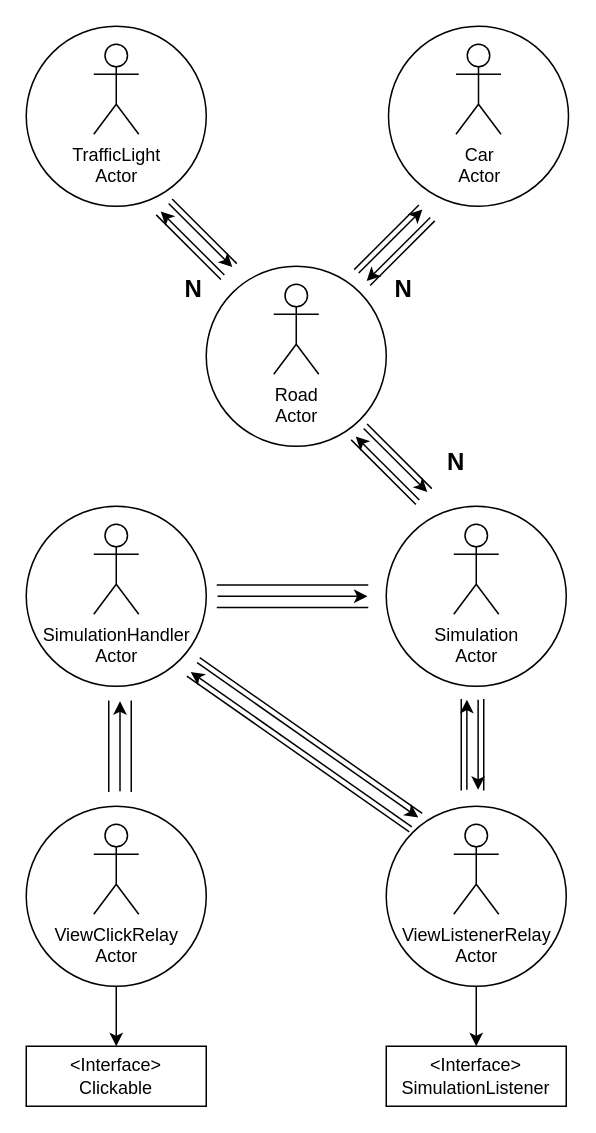
zucchero-sintattico/PCD-ASS03-23-24 keeps this draw.io diagram as page "Architecture" (1 of 8) of pt1/docs/PCD_ASS03_P1.drawio. Above is the earlier version. Source tidied: cells renumbered, new cells numbered last; positions are measured from the earlier drawing's top-left corner, leaving out a move shared by most shapes. Both pictures are drawn from the tidied source at 150%, with x=0, y=0 at pixel (26, 26).
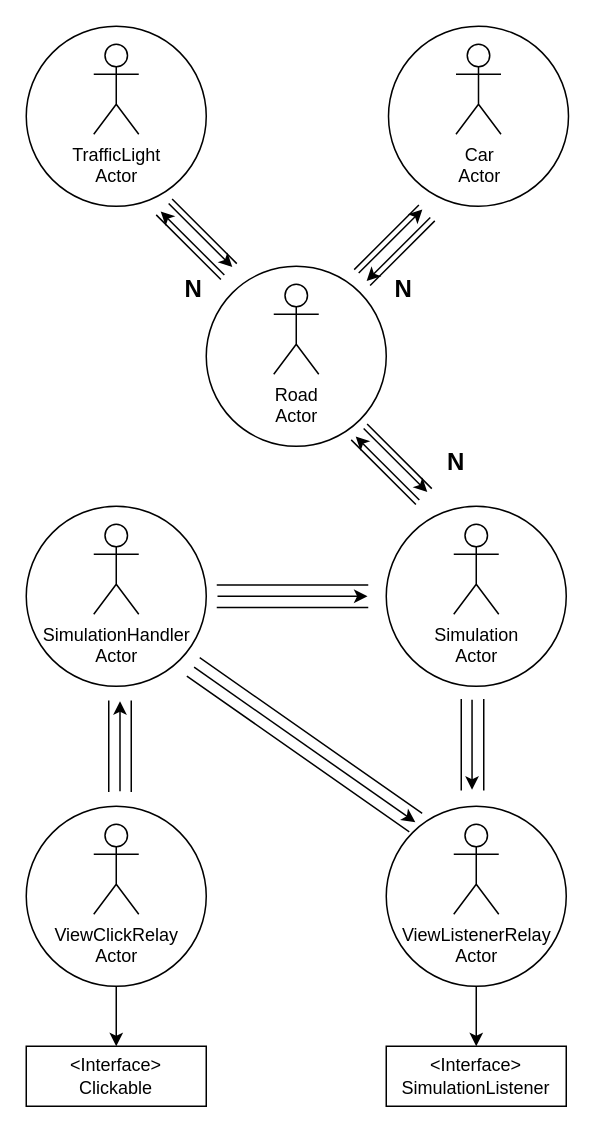
Above is the later version.

Unchanged cells that the change refers to:
```xml
<mxCell id="6" style="group;rotation=-55;" parent="1" vertex="1">
  <mxGeometry x="200" y="370" width="15" height="180" as="geometry" />
</mxCell>
<mxCell id="7" style="shape=partialRectangle;whiteSpace=wrap;html=1;top=0;bottom=0;fillColor=none;direction=east;rotation=-55;" parent="6" vertex="1">
  <mxGeometry x="-22" y="19" width="15" height="180" as="geometry" />
</mxCell>
<mxCell id="22" style="group;rotation=0;" parent="1" vertex="1">
  <mxGeometry x="294" y="450" width="15" height="60" as="geometry" />
</mxCell>
<mxCell id="23" style="shape=partialRectangle;whiteSpace=wrap;html=1;top=0;bottom=0;fillColor=none;direction=east;rotation=0;" parent="22" vertex="1">
  <mxGeometry x="-4" y="-1" width="15" height="60" as="geometry" />
</mxCell>
```

Diff of the diagram source:
```diff
@@
-    <mxCell id="8" style="endArrow=classic;html=1;rounded=0;entryX=0.25;entryY=0;entryDx=0;entryDy=0;exitX=0.25;exitY=1;exitDx=0;exitDy=0;" parent="6" edge="1" source="7" target="7">
-      <mxGeometry relative="1" as="geometry" />
-    </mxCell>
-    <mxCell id="9" style="endArrow=classic;html=1;rounded=0;entryX=0.75;entryY=1;entryDx=0;entryDy=0;exitX=0.75;exitY=0;exitDx=0;exitDy=0;" parent="6" edge="1" source="7" target="7">
-      <mxGeometry relative="1" as="geometry" />
+    <mxCell id="9" style="endArrow=classic;html=1;rounded=0;entryX=0.75;entryY=1;entryDx=0;entryDy=0;exitX=0.75;exitY=0;exitDx=0;exitDy=0;" parent="6" edge="1">
+      <mxGeometry relative="1" as="geometry">
+        <mxPoint x="-88.1" y="57.3" as="sourcePoint" />
+        <mxPoint x="59.4" y="160.6" as="targetPoint" />
+      </mxGeometry>
     </mxCell>
@@
-    <mxCell id="24" style="endArrow=classic;html=1;rounded=0;entryX=0.25;entryY=0;entryDx=0;entryDy=0;exitX=0.25;exitY=1;exitDx=0;exitDy=0;" parent="22" edge="1" source="23" target="23">
-      <mxGeometry relative="1" as="geometry" />
-    </mxCell>
-    <mxCell id="25" style="endArrow=classic;html=1;rounded=0;entryX=0.75;entryY=1;entryDx=0;entryDy=0;exitX=0.75;exitY=0;exitDx=0;exitDy=0;" parent="22" edge="1" source="23" target="23">
-      <mxGeometry relative="1" as="geometry" />
+    <mxCell id="25" style="endArrow=classic;html=1;rounded=0;entryX=0.75;entryY=1;entryDx=0;entryDy=0;exitX=0.75;exitY=0;exitDx=0;exitDy=0;" parent="22" edge="1">
+      <mxGeometry relative="1" as="geometry">
+        <mxPoint x="3.2" y="-1" as="sourcePoint" />
+        <mxPoint x="3.2" y="59" as="targetPoint" />
+      </mxGeometry>
     </mxCell>
```
